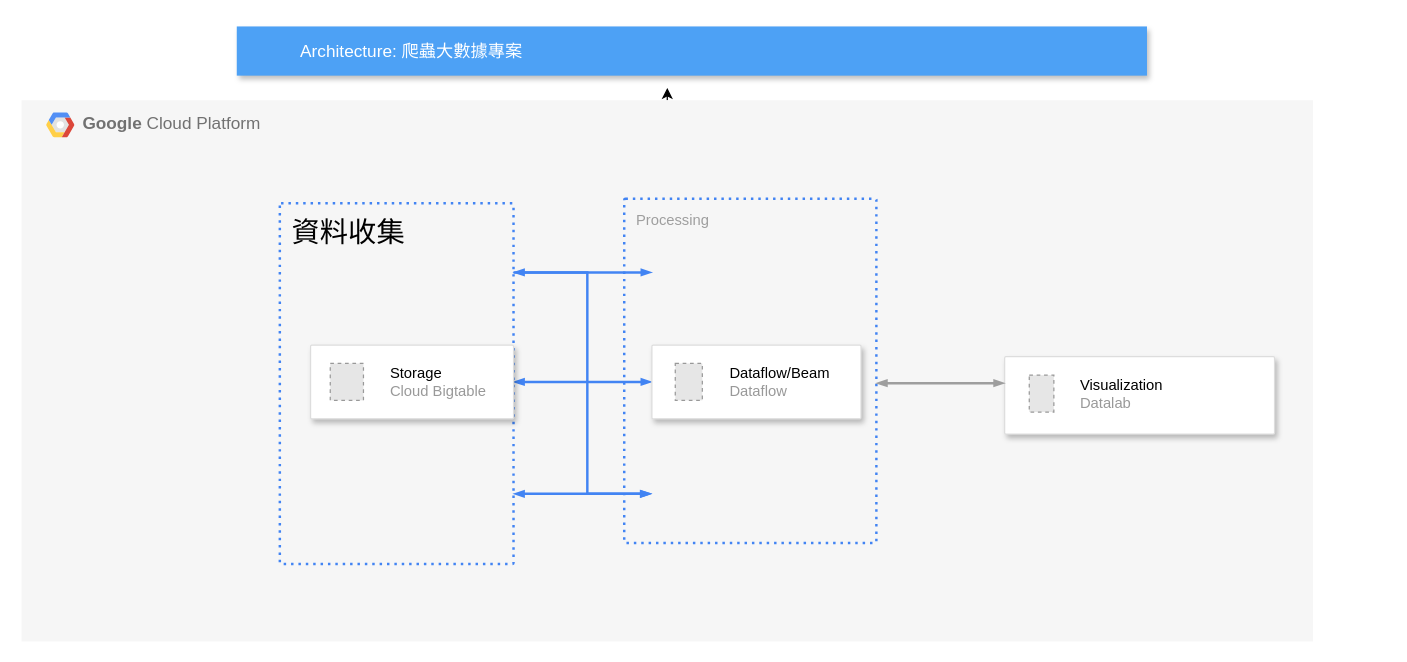
Above: v0.drawio in Labor365/614test (draw.io), before the change. Source tidied: cells renumbered, new cells numbered last; positions are measured from the earlier drawing's top-left corner, leaving out a move shared by most shapes. Both pictures are drawn from the tidied source at 123%, with x=0, y=0 at pixel (21, 26). Pictures stored in the file or linked from it are replaced by grey dashed boxes.
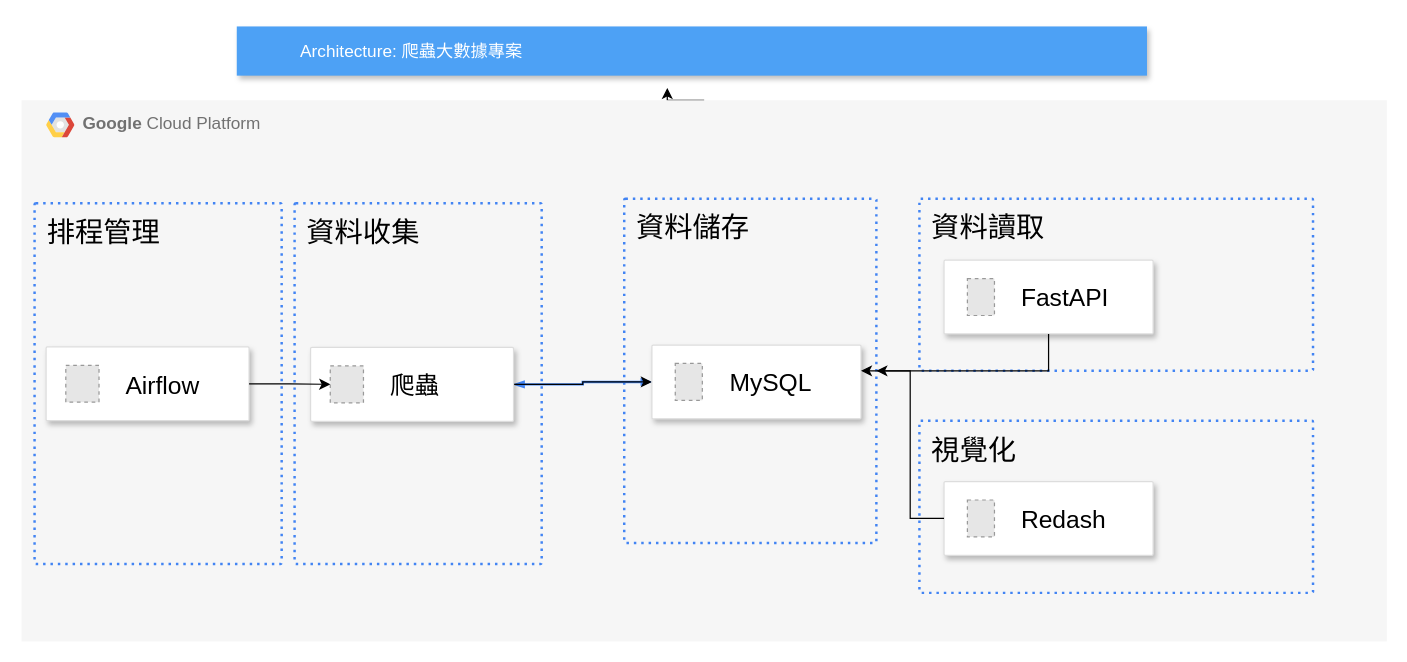
The same page after the edit.

Unchanged cells that the change refers to:
```xml
<mxCell id="17" style="strokeColor=#dddddd;shadow=1;strokeWidth=1;rounded=1;absoluteArcSize=1;arcSize=2;" parent="1" vertex="1">
  <mxGeometry x="512.5" y="259" width="170" height="60" as="geometry" />
</mxCell>
```

The edit, as a diff of the source:
```diff
@@
     <mxCell id="3" value="&lt;b&gt;Google &lt;/b&gt;Cloud Platform" style="fillColor=#F6F6F6;strokeColor=none;shadow=0;gradientColor=none;fontSize=14;align=left;spacing=10;fontColor=#717171;9E9E9E;verticalAlign=top;spacingTop=-4;fontStyle=0;spacingLeft=40;html=1;" parent="1" vertex="1">
-      <mxGeometry y="60" width="1050" height="440" as="geometry" />
+      <mxGeometry y="60" width="1110" height="440" as="geometry" />
     </mxCell>
@@
-    <mxCell id="5" style="strokeColor=#dddddd;shadow=1;strokeWidth=1;rounded=1;absoluteArcSize=1;arcSize=2;" parent="3" vertex="1">
-      <mxGeometry x="799.3" y="208.5" width="219.4" height="62.9" as="geometry" />
-    </mxCell>
-    <mxCell id="6" value="&lt;font color=&quot;#000000&quot;&gt;Visualization&lt;/font&gt;&lt;br&gt;Datalab" style="fillColor=#E6E6E6;strokeColor=#999999;dashed=1;html=1;fontColor=#999999;verticalLabelPosition=middle;verticalAlign=middle;labelPosition=right;align=left;spacingLeft=20;" parent="5" vertex="1">
-      <mxGeometry width="20" height="30" relative="1" as="geometry">
-        <mxPoint x="20" y="15" as="offset" />
-      </mxGeometry>
-    </mxCell>
     <mxCell id="7" value="&lt;font style=&quot;font-size: 23px; color: rgb(0, 0, 0);&quot;&gt;資料收集&lt;/font&gt;" style="rounded=1;absoluteArcSize=1;arcSize=2;html=1;strokeColor=#4284F3;gradientColor=none;shadow=0;dashed=1;fontSize=12;fontColor=#9E9E9E;align=left;verticalAlign=top;spacing=10;spacingTop=-4;fillColor=none;dashPattern=1 2;strokeWidth=2;" parent="3" vertex="1">
-      <mxGeometry x="210" y="83.8" width="190" height="293.3" as="geometry" />
+      <mxGeometry x="222" y="83.8" width="200.9" height="293.3" as="geometry" />
     </mxCell>
+    <mxCell id="19" value="&lt;font color=&quot;#000000&quot;&gt;&lt;span style=&quot;font-size: 23px;&quot;&gt;排程管理&lt;/span&gt;&lt;/font&gt;&lt;div&gt;&lt;font color=&quot;#000000&quot;&gt;&lt;span style=&quot;font-size: 23px;&quot;&gt;&lt;br&gt;&lt;/span&gt;&lt;/font&gt;&lt;/div&gt;" style="rounded=1;absoluteArcSize=1;arcSize=2;html=1;strokeColor=#4284F3;gradientColor=none;shadow=0;dashed=1;fontSize=12;fontColor=#9E9E9E;align=left;verticalAlign=top;spacing=10;spacingTop=-4;fillColor=none;dashPattern=1 2;strokeWidth=2;" parent="3" vertex="1">
+      <mxGeometry x="10.6" y="83.8" width="200.9" height="293.3" as="geometry" />
+    </mxCell>
+    <mxCell id="20" style="strokeColor=#dddddd;shadow=1;strokeWidth=1;rounded=1;absoluteArcSize=1;arcSize=2;" parent="3" vertex="1">
+      <mxGeometry x="20" y="200.5" width="165" height="60" as="geometry" />
+    </mxCell>
+    <mxCell id="21" value="&lt;font style=&quot;font-size: 20px;&quot; color=&quot;#000000&quot;&gt;Airflow&lt;/font&gt;" style="fillColor=#E6E6E6;strokeColor=#999999;dashed=1;html=1;fontColor=#999999;verticalLabelPosition=middle;verticalAlign=middle;labelPosition=right;align=left;spacingLeft=20;" parent="20" vertex="1">
+      <mxGeometry width="27" height="30" relative="1" as="geometry">
+        <mxPoint x="16" y="15" as="offset" />
+      </mxGeometry>
+    </mxCell>
+    <mxCell id="22" value="&lt;font color=&quot;#000000&quot;&gt;&lt;span style=&quot;font-size: 23px;&quot;&gt;資料讀取&lt;/span&gt;&lt;/font&gt;" style="rounded=1;absoluteArcSize=1;arcSize=2;html=1;strokeColor=#4284F3;gradientColor=none;shadow=0;dashed=1;fontSize=12;fontColor=#9E9E9E;align=left;verticalAlign=top;spacing=10;spacingTop=-4;fillColor=none;dashPattern=1 2;strokeWidth=2;" parent="3" vertex="1">
+      <mxGeometry x="730" y="80" width="320" height="140" as="geometry" />
+    </mxCell>
+    <mxCell id="23" value="&lt;font color=&quot;#000000&quot;&gt;&lt;span style=&quot;font-size: 23px;&quot;&gt;視覺化&lt;/span&gt;&lt;/font&gt;&lt;div&gt;&lt;font color=&quot;#000000&quot;&gt;&lt;span style=&quot;font-size: 23px;&quot;&gt;&lt;br&gt;&lt;/span&gt;&lt;/font&gt;&lt;/div&gt;" style="rounded=1;absoluteArcSize=1;arcSize=2;html=1;strokeColor=#4284F3;gradientColor=none;shadow=0;dashed=1;fontSize=12;fontColor=#9E9E9E;align=left;verticalAlign=top;spacing=10;spacingTop=-4;fillColor=none;dashPattern=1 2;strokeWidth=2;" parent="3" vertex="1">
+      <mxGeometry x="730" y="260.5" width="320" height="140" as="geometry" />
+    </mxCell>
+    <mxCell id="24" style="strokeColor=#dddddd;shadow=1;strokeWidth=1;rounded=1;absoluteArcSize=1;arcSize=2;" parent="3" vertex="1">
+      <mxGeometry x="750" y="130" width="170" height="60" as="geometry" />
+    </mxCell>
+    <mxCell id="25" value="&lt;font color=&quot;#000000&quot;&gt;&lt;span style=&quot;font-size: 20px;&quot;&gt;FastAPI&lt;/span&gt;&lt;/font&gt;" style="fillColor=#E6E6E6;strokeColor=#999999;dashed=1;html=1;fontColor=#999999;verticalLabelPosition=middle;verticalAlign=middle;labelPosition=right;align=left;spacingLeft=20;" parent="24" vertex="1">
+      <mxGeometry width="22" height="30" relative="1" as="geometry">
+        <mxPoint x="19" y="15" as="offset" />
+      </mxGeometry>
+    </mxCell>
+    <mxCell id="26" style="strokeColor=#dddddd;shadow=1;strokeWidth=1;rounded=1;absoluteArcSize=1;arcSize=2;" parent="3" vertex="1">
+      <mxGeometry x="750" y="310" width="170" height="60" as="geometry" />
+    </mxCell>
+    <mxCell id="27" value="&lt;font color=&quot;#000000&quot;&gt;&lt;span style=&quot;font-size: 20px;&quot;&gt;Redash&lt;/span&gt;&lt;/font&gt;" style="fillColor=#E6E6E6;strokeColor=#999999;dashed=1;html=1;fontColor=#999999;verticalLabelPosition=middle;verticalAlign=middle;labelPosition=right;align=left;spacingLeft=20;" parent="26" vertex="1">
+      <mxGeometry width="22" height="30" relative="1" as="geometry">
+        <mxPoint x="19" y="15" as="offset" />
+      </mxGeometry>
+    </mxCell>
-    <mxCell id="8" value="Processing" style="rounded=1;absoluteArcSize=1;arcSize=2;html=1;strokeColor=#4284F3;gradientColor=none;shadow=0;dashed=1;fontSize=12;fontColor=#9E9E9E;align=left;verticalAlign=top;spacing=10;spacingTop=-4;fillColor=none;dashPattern=1 2;strokeWidth=2;" parent="1" vertex="1">
+    <mxCell id="8" value="&lt;font color=&quot;#000000&quot;&gt;&lt;span style=&quot;font-size: 23px;&quot;&gt;資料儲存&lt;/span&gt;&lt;/font&gt;&lt;div&gt;&lt;font color=&quot;#000000&quot;&gt;&lt;span style=&quot;font-size: 23px;&quot;&gt;&lt;br&gt;&lt;/span&gt;&lt;/font&gt;&lt;/div&gt;" style="rounded=1;absoluteArcSize=1;arcSize=2;html=1;strokeColor=#4284F3;gradientColor=none;shadow=0;dashed=1;fontSize=12;fontColor=#9E9E9E;align=left;verticalAlign=top;spacing=10;spacingTop=-4;fillColor=none;dashPattern=1 2;strokeWidth=2;" parent="1" vertex="1">
       <mxGeometry x="490" y="140" width="205" height="280" as="geometry" />
     </mxCell>
@@
-    <mxCell id="11" style="edgeStyle=orthogonalEdgeStyle;rounded=0;html=1;labelBackgroundColor=none;startFill=1;startSize=4;endArrow=blockThin;endFill=1;endSize=4;jettySize=auto;orthogonalLoop=1;strokeColor=#4284F3;strokeWidth=2;fontSize=12;fontColor=#000000;align=center;dashed=0;startArrow=blockThin;" parent="1" edge="1">
-      <mxGeometry relative="1" as="geometry">
-        <mxPoint x="400" y="380" as="sourcePoint" />
-        <mxPoint x="512" y="380" as="targetPoint" />
-      </mxGeometry>
-    </mxCell>
-    <mxCell id="12" style="edgeStyle=orthogonalEdgeStyle;rounded=0;html=1;labelBackgroundColor=none;startFill=1;startSize=4;endArrow=blockThin;endFill=1;endSize=4;jettySize=auto;strokeColor=#9E9E9E;strokeWidth=2;fontSize=12;fontColor=#000000;align=center;dashed=0;startArrow=blockThin;" parent="1" edge="1" source="8" target="5">
-      <mxGeometry relative="1" as="geometry">
-        <Array as="points">
-          <mxPoint x="715" y="290" />
-          <mxPoint x="715" y="290" />
-        </Array>
-      </mxGeometry>
-    </mxCell>
-    <mxCell id="13" style="edgeStyle=orthogonalEdgeStyle;rounded=0;html=1;labelBackgroundColor=none;startFill=1;startSize=4;endArrow=blockThin;endFill=1;endSize=4;jettySize=auto;orthogonalLoop=1;strokeColor=#4284F3;strokeWidth=2;fontSize=12;fontColor=#000000;align=center;dashed=0;" parent="1" edge="1">
-      <mxGeometry relative="1" as="geometry">
-        <mxPoint x="400" y="200" as="sourcePoint" />
-        <mxPoint x="512.5" y="200" as="targetPoint" />
-      </mxGeometry>
-    </mxCell>
-    <mxCell id="14" style="edgeStyle=orthogonalEdgeStyle;rounded=0;html=1;labelBackgroundColor=none;startFill=1;startSize=4;endArrow=blockThin;endFill=1;endSize=4;jettySize=auto;orthogonalLoop=1;strokeColor=#4284F3;strokeWidth=2;fontSize=12;fontColor=#000000;align=center;dashed=0;startArrow=blockThin;" parent="1" edge="1">
-      <mxGeometry relative="1" as="geometry">
-        <mxPoint x="400" y="200" as="sourcePoint" />
-        <mxPoint x="512" y="380" as="targetPoint" />
-        <Array as="points">
-          <mxPoint x="460" y="200" />
-          <mxPoint x="460" y="380" />
-        </Array>
-      </mxGeometry>
-    </mxCell>
+    <mxCell id="28" style="edgeStyle=orthogonalEdgeStyle;rounded=0;jettySize=auto;html=1;" parent="1" edge="1" source="15" target="17">
+      <mxGeometry relative="1" as="geometry" />
+    </mxCell>
     <mxCell id="15" style="strokeColor=#dddddd;shadow=1;strokeWidth=1;rounded=1;absoluteArcSize=1;arcSize=2;" parent="1" vertex="1">
-      <mxGeometry x="235" y="259" width="165" height="60" as="geometry" />
+      <mxGeometry x="235" y="261" width="165" height="60" as="geometry" />
     </mxCell>
-    <mxCell id="16" value="&lt;font color=&quot;#000000&quot;&gt;Storage&lt;/font&gt;&lt;br&gt;Cloud Bigtable" style="fillColor=#E6E6E6;strokeColor=#999999;dashed=1;html=1;fontColor=#999999;verticalLabelPosition=middle;verticalAlign=middle;labelPosition=right;align=left;spacingLeft=20;" parent="15" vertex="1">
+    <mxCell id="16" value="&lt;span style=&quot;color: rgb(0, 0, 0); font-size: 20px;&quot;&gt;爬蟲&lt;/span&gt;" style="fillColor=#E6E6E6;strokeColor=#999999;dashed=1;html=1;fontColor=#999999;verticalLabelPosition=middle;verticalAlign=middle;labelPosition=right;align=left;spacingLeft=20;" parent="15" vertex="1">
       <mxGeometry width="27" height="30" relative="1" as="geometry">
         <mxPoint x="16" y="15" as="offset" />
       </mxGeometry>
     </mxCell>
@@
-    <mxCell id="18" value="&lt;font color=&quot;#000000&quot;&gt;Dataflow/Beam&lt;/font&gt;&lt;br&gt;Dataflow" style="fillColor=#E6E6E6;strokeColor=#999999;dashed=1;html=1;fontColor=#999999;verticalLabelPosition=middle;verticalAlign=middle;labelPosition=right;align=left;spacingLeft=20;" parent="17" vertex="1">
+    <mxCell id="18" value="&lt;font color=&quot;#000000&quot;&gt;&lt;span style=&quot;font-size: 20px;&quot;&gt;MySQL&lt;/span&gt;&lt;/font&gt;" style="fillColor=#E6E6E6;strokeColor=#999999;dashed=1;html=1;fontColor=#999999;verticalLabelPosition=middle;verticalAlign=middle;labelPosition=right;align=left;spacingLeft=20;" parent="17" vertex="1">
       <mxGeometry width="22" height="30" relative="1" as="geometry">
         <mxPoint x="19" y="15" as="offset" />
       </mxGeometry>
     </mxCell>
+    <mxCell id="29" style="edgeStyle=orthogonalEdgeStyle;rounded=0;jettySize=auto;html=1;" parent="1" edge="1" source="20" target="16">
+      <mxGeometry relative="1" as="geometry" />
+    </mxCell>
+    <mxCell id="30" style="edgeStyle=orthogonalEdgeStyle;rounded=0;jettySize=auto;html=1;" parent="1" edge="1" source="24" target="17">
+      <mxGeometry relative="1" as="geometry">
+        <Array as="points">
+          <mxPoint x="835" y="280" />
+        </Array>
+      </mxGeometry>
+    </mxCell>
+    <mxCell id="31" style="edgeStyle=orthogonalEdgeStyle;rounded=0;jettySize=auto;html=1;" parent="1" edge="1" source="26" target="8">
+      <mxGeometry relative="1" as="geometry" />
+    </mxCell>
```
